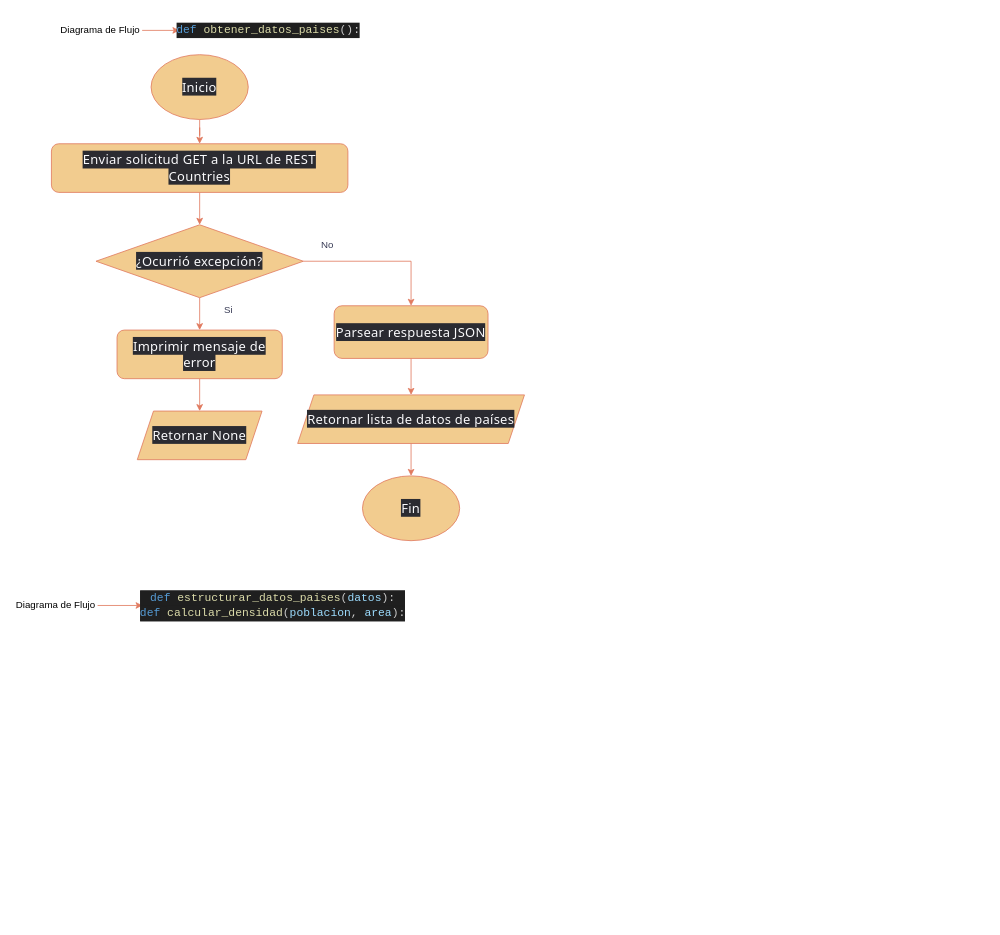
Before: Diagrama.drawio in uanlCDMR-gif/PIA_G2, a draw.io diagram. Source tidied: cells renumbered, new cells numbered last; positions are measured from the earlier drawing's top-left corner, leaving out a move shared by most shapes. Both pictures are drawn from the tidied source at 81%, with x=0, y=0 at pixel (14, 14).
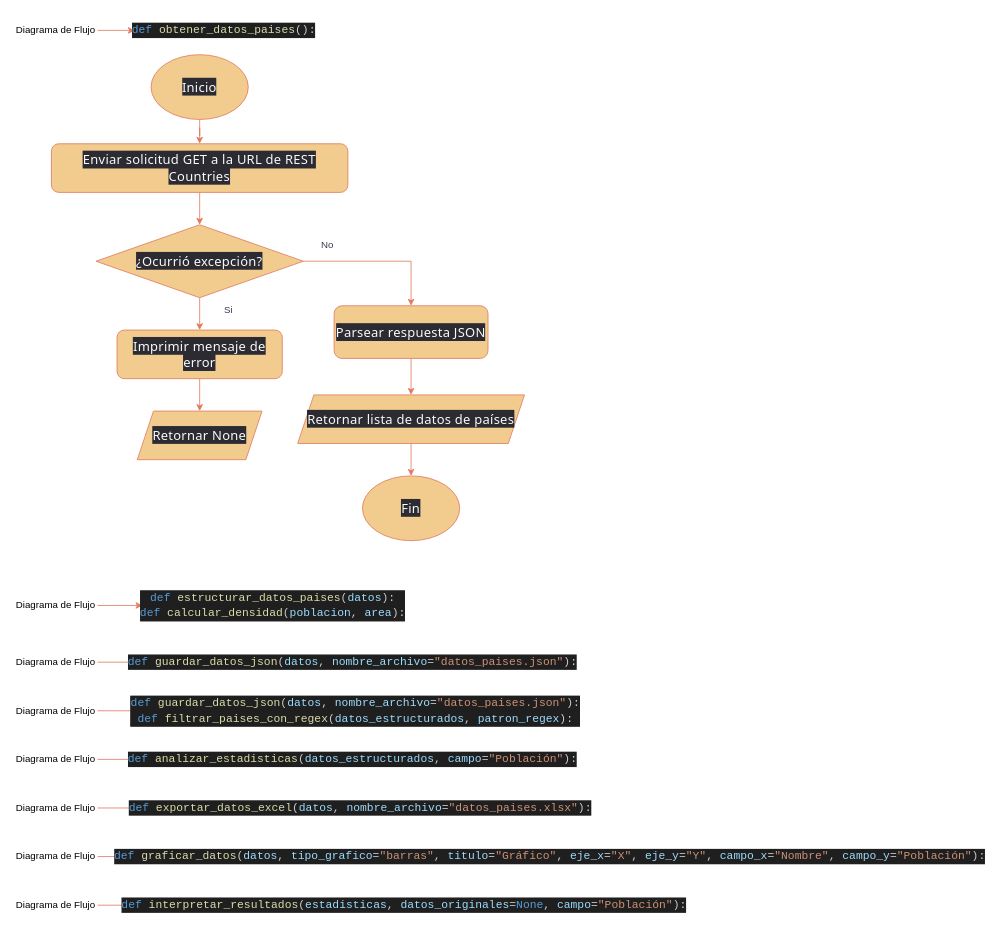
After the change.

The edit, as a diff of the source:
```diff
@@
     <mxCell id="20" value="&lt;font style=&quot;color: light-dark(rgb(0, 0, 0), rgb(205, 162, 190));&quot;&gt;Diagrama de Flujo&lt;/font&gt;" style="text;html=1;align=center;verticalAlign=middle;whiteSpace=wrap;rounded=0;fontColor=#393C56;" parent="1" vertex="1">
-      <mxGeometry x="55" y="5" width="103" height="30" as="geometry" />
+      <mxGeometry y="5" width="103" height="30" as="geometry" />
     </mxCell>
     <mxCell id="21" value="&lt;div style=&quot;color: rgb(204, 204, 204); background-color: rgb(31, 31, 31); font-family: Consolas, &amp;quot;Courier New&amp;quot;, monospace; font-size: 14px; line-height: 19px; white-space: pre;&quot;&gt;&lt;span style=&quot;color: #569cd6;&quot;&gt;def&lt;/span&gt; &lt;span style=&quot;color: #dcdcaa;&quot;&gt;obtener_datos_paises&lt;/span&gt;():&lt;/div&gt;" style="text;html=1;align=center;verticalAlign=middle;whiteSpace=wrap;rounded=0;fontColor=#393C56;" parent="1" vertex="1">
-      <mxGeometry x="204" width="220" height="40" as="geometry" />
+      <mxGeometry x="149" width="220" height="40" as="geometry" />
     </mxCell>
@@
+    <mxCell id="25" style="edgeStyle=orthogonalEdgeStyle;rounded=0;jettySize=auto;html=1;strokeColor=#E07A5F;fontColor=#393C56;fillColor=#F2CC8F;" parent="1" edge="1" source="26" target="27">
+      <mxGeometry relative="1" as="geometry" />
+    </mxCell>
+    <mxCell id="26" value="&lt;font style=&quot;color: light-dark(rgb(0, 0, 0), rgb(205, 162, 190));&quot;&gt;Diagrama de Flujo&lt;/font&gt;" style="text;html=1;align=center;verticalAlign=middle;whiteSpace=wrap;rounded=0;fontColor=#393C56;" parent="1" vertex="1">
+      <mxGeometry y="785" width="103" height="30" as="geometry" />
+    </mxCell>
+    <mxCell id="27" value="&lt;div style=&quot;color: rgb(204, 204, 204); background-color: rgb(31, 31, 31); font-family: Consolas, &amp;quot;Courier New&amp;quot;, monospace; font-size: 14px; line-height: 19px; white-space: pre;&quot;&gt;&lt;div style=&quot;color: rgb(204, 204, 204); background-color: rgb(31, 31, 31); line-height: 19px;&quot;&gt;&lt;div style=&quot;color: rgb(204, 204, 204); background-color: rgb(31, 31, 31); line-height: 19px;&quot;&gt;&lt;span style=&quot;color: #569cd6;&quot;&gt;def&lt;/span&gt; &lt;span style=&quot;color: #dcdcaa;&quot;&gt;guardar_datos_json&lt;/span&gt;(&lt;span style=&quot;color: #9cdcfe;&quot;&gt;datos&lt;/span&gt;, &lt;span style=&quot;color: #9cdcfe;&quot;&gt;nombre_archivo&lt;/span&gt;&lt;span style=&quot;color: #d4d4d4;&quot;&gt;=&lt;/span&gt;&lt;span style=&quot;color: #ce9178;&quot;&gt;&quot;datos_paises.json&quot;&lt;/span&gt;):&lt;/div&gt;&lt;/div&gt;&lt;/div&gt;" style="text;html=1;align=center;verticalAlign=middle;whiteSpace=wrap;rounded=0;fontColor=#393C56;" parent="1" vertex="1">
+      <mxGeometry x="158.5" y="780" width="517.5" height="40" as="geometry" />
+    </mxCell>
+    <mxCell id="28" style="edgeStyle=orthogonalEdgeStyle;rounded=0;jettySize=auto;html=1;strokeColor=#E07A5F;fontColor=#393C56;fillColor=#F2CC8F;" parent="1" edge="1" source="29" target="30">
+      <mxGeometry relative="1" as="geometry" />
+    </mxCell>
+    <mxCell id="29" value="&lt;font style=&quot;color: light-dark(rgb(0, 0, 0), rgb(205, 162, 190));&quot;&gt;Diagrama de Flujo&lt;/font&gt;" style="text;html=1;align=center;verticalAlign=middle;whiteSpace=wrap;rounded=0;fontColor=#393C56;" parent="1" vertex="1">
+      <mxGeometry y="845" width="103" height="30" as="geometry" />
+    </mxCell>
+    <mxCell id="30" value="&lt;div style=&quot;color: rgb(204, 204, 204); background-color: rgb(31, 31, 31); font-family: Consolas, &amp;quot;Courier New&amp;quot;, monospace; font-size: 14px; line-height: 19px; white-space: pre;&quot;&gt;&lt;div style=&quot;color: rgb(204, 204, 204); background-color: rgb(31, 31, 31); line-height: 19px;&quot;&gt;&lt;div style=&quot;color: rgb(204, 204, 204); background-color: rgb(31, 31, 31); line-height: 19px;&quot;&gt;&lt;span style=&quot;color: rgb(86, 156, 214);&quot;&gt;def&lt;/span&gt; &lt;span style=&quot;color: rgb(220, 220, 170);&quot;&gt;guardar_datos_json&lt;/span&gt;(&lt;span style=&quot;color: rgb(156, 220, 254);&quot;&gt;datos&lt;/span&gt;, &lt;span style=&quot;color: rgb(156, 220, 254);&quot;&gt;nombre_archivo&lt;/span&gt;&lt;span style=&quot;color: rgb(212, 212, 212);&quot;&gt;=&lt;/span&gt;&lt;span style=&quot;color: rgb(206, 145, 120);&quot;&gt;&quot;datos_paises.json&quot;&lt;/span&gt;):&lt;/div&gt;&lt;div style=&quot;color: rgb(204, 204, 204); background-color: rgb(31, 31, 31); line-height: 19px;&quot;&gt;&lt;span style=&quot;color: rgb(86, 156, 214);&quot;&gt;def&lt;/span&gt;&lt;span style=&quot;background-color: light-dark(rgb(31, 31, 31), rgb(210, 210, 210)); color: light-dark(rgb(204, 204, 204), rgb(62, 62, 62));&quot;&gt; &lt;/span&gt;&lt;span style=&quot;color: rgb(220, 220, 170);&quot;&gt;filtrar_paises_con_regex&lt;/span&gt;&lt;span style=&quot;background-color: light-dark(rgb(31, 31, 31), rgb(210, 210, 210)); color: light-dark(rgb(204, 204, 204), rgb(62, 62, 62));&quot;&gt;(&lt;/span&gt;&lt;span style=&quot;color: rgb(156, 220, 254);&quot;&gt;datos_estructurados&lt;/span&gt;&lt;span style=&quot;background-color: light-dark(rgb(31, 31, 31), rgb(210, 210, 210)); color: light-dark(rgb(204, 204, 204), rgb(62, 62, 62));&quot;&gt;, &lt;/span&gt;&lt;span style=&quot;color: rgb(156, 220, 254);&quot;&gt;patron_regex&lt;/span&gt;&lt;span style=&quot;background-color: light-dark(rgb(31, 31, 31), rgb(210, 210, 210)); color: light-dark(rgb(204, 204, 204), rgb(62, 62, 62));&quot;&gt;):&lt;/span&gt;&lt;/div&gt;&lt;/div&gt;&lt;/div&gt;" style="text;html=1;align=center;verticalAlign=middle;whiteSpace=wrap;rounded=0;fontColor=#393C56;" parent="1" vertex="1">
+      <mxGeometry x="158" y="835" width="527" height="50" as="geometry" />
+    </mxCell>
+    <mxCell id="31" style="edgeStyle=orthogonalEdgeStyle;rounded=0;jettySize=auto;html=1;strokeColor=#E07A5F;fontColor=#393C56;fillColor=#F2CC8F;" parent="1" edge="1" source="32" target="33">
+      <mxGeometry relative="1" as="geometry" />
+    </mxCell>
+    <mxCell id="32" value="&lt;font style=&quot;color: light-dark(rgb(0, 0, 0), rgb(205, 162, 190));&quot;&gt;Diagrama de Flujo&lt;/font&gt;" style="text;html=1;align=center;verticalAlign=middle;whiteSpace=wrap;rounded=0;fontColor=#393C56;" parent="1" vertex="1">
+      <mxGeometry y="905" width="103" height="30" as="geometry" />
+    </mxCell>
+    <mxCell id="33" value="&lt;div style=&quot;color: rgb(204, 204, 204); background-color: rgb(31, 31, 31); font-family: Consolas, &amp;quot;Courier New&amp;quot;, monospace; font-size: 14px; line-height: 19px; white-space: pre;&quot;&gt;&lt;div style=&quot;color: rgb(204, 204, 204); background-color: rgb(31, 31, 31); line-height: 19px;&quot;&gt;&lt;div style=&quot;color: rgb(204, 204, 204); background-color: rgb(31, 31, 31); line-height: 19px;&quot;&gt;&lt;div style=&quot;color: rgb(204, 204, 204); background-color: rgb(31, 31, 31); line-height: 19px;&quot;&gt;&lt;span style=&quot;color: #569cd6;&quot;&gt;def&lt;/span&gt; &lt;span style=&quot;color: #dcdcaa;&quot;&gt;analizar_estadisticas&lt;/span&gt;(&lt;span style=&quot;color: #9cdcfe;&quot;&gt;datos_estructurados&lt;/span&gt;, &lt;span style=&quot;color: #9cdcfe;&quot;&gt;campo&lt;/span&gt;&lt;span style=&quot;color: #d4d4d4;&quot;&gt;=&lt;/span&gt;&lt;span style=&quot;color: #ce9178;&quot;&gt;&quot;Población&quot;&lt;/span&gt;):&lt;/div&gt;&lt;/div&gt;&lt;/div&gt;&lt;/div&gt;" style="text;html=1;align=center;verticalAlign=middle;whiteSpace=wrap;rounded=0;fontColor=#393C56;" parent="1" vertex="1">
+      <mxGeometry x="158.5" y="900" width="517.5" height="40" as="geometry" />
+    </mxCell>
+    <mxCell id="34" style="edgeStyle=orthogonalEdgeStyle;rounded=0;jettySize=auto;html=1;strokeColor=#E07A5F;fontColor=#393C56;fillColor=#F2CC8F;" parent="1" edge="1" source="35" target="36">
+      <mxGeometry relative="1" as="geometry" />
+    </mxCell>
+    <mxCell id="35" value="&lt;font style=&quot;color: light-dark(rgb(0, 0, 0), rgb(205, 162, 190));&quot;&gt;Diagrama de Flujo&lt;/font&gt;" style="text;html=1;align=center;verticalAlign=middle;whiteSpace=wrap;rounded=0;fontColor=#393C56;" parent="1" vertex="1">
+      <mxGeometry y="965" width="103" height="30" as="geometry" />
+    </mxCell>
+    <mxCell id="36" value="&lt;div style=&quot;color: rgb(204, 204, 204); background-color: rgb(31, 31, 31); font-family: Consolas, &amp;quot;Courier New&amp;quot;, monospace; font-size: 14px; line-height: 19px; white-space: pre;&quot;&gt;&lt;div style=&quot;color: rgb(204, 204, 204); background-color: rgb(31, 31, 31); line-height: 19px;&quot;&gt;&lt;div style=&quot;color: rgb(204, 204, 204); background-color: rgb(31, 31, 31); line-height: 19px;&quot;&gt;&lt;div style=&quot;color: rgb(204, 204, 204); background-color: rgb(31, 31, 31); line-height: 19px;&quot;&gt;&lt;span style=&quot;color: #569cd6;&quot;&gt;def&lt;/span&gt; &lt;span style=&quot;color: #dcdcaa;&quot;&gt;exportar_datos_excel&lt;/span&gt;(&lt;span style=&quot;color: #9cdcfe;&quot;&gt;datos&lt;/span&gt;, &lt;span style=&quot;color: #9cdcfe;&quot;&gt;nombre_archivo&lt;/span&gt;&lt;span style=&quot;color: #d4d4d4;&quot;&gt;=&lt;/span&gt;&lt;span style=&quot;color: #ce9178;&quot;&gt;&quot;datos_paises.xlsx&quot;&lt;/span&gt;):&lt;/div&gt;&lt;/div&gt;&lt;/div&gt;&lt;/div&gt;" style="text;html=1;align=center;verticalAlign=middle;whiteSpace=wrap;rounded=0;fontColor=#393C56;" parent="1" vertex="1">
+      <mxGeometry x="158.5" y="960" width="537" height="40" as="geometry" />
+    </mxCell>
+    <mxCell id="37" style="edgeStyle=orthogonalEdgeStyle;rounded=0;jettySize=auto;html=1;strokeColor=#E07A5F;fontColor=#393C56;fillColor=#F2CC8F;" parent="1" edge="1" source="38" target="39">
+      <mxGeometry relative="1" as="geometry" />
+    </mxCell>
+    <mxCell id="38" value="&lt;font style=&quot;color: light-dark(rgb(0, 0, 0), rgb(205, 162, 190));&quot;&gt;Diagrama de Flujo&lt;/font&gt;" style="text;html=1;align=center;verticalAlign=middle;whiteSpace=wrap;rounded=0;fontColor=#393C56;" parent="1" vertex="1">
+      <mxGeometry y="1025" width="103" height="30" as="geometry" />
+    </mxCell>
+    <mxCell id="39" value="&lt;div style=&quot;color: rgb(204, 204, 204); background-color: rgb(31, 31, 31); font-family: Consolas, &amp;quot;Courier New&amp;quot;, monospace; font-size: 14px; line-height: 19px; white-space: pre;&quot;&gt;&lt;div style=&quot;color: rgb(204, 204, 204); background-color: rgb(31, 31, 31); line-height: 19px;&quot;&gt;&lt;div style=&quot;color: rgb(204, 204, 204); background-color: rgb(31, 31, 31); line-height: 19px;&quot;&gt;&lt;div style=&quot;color: rgb(204, 204, 204); background-color: rgb(31, 31, 31); line-height: 19px;&quot;&gt;&lt;span style=&quot;color: #569cd6;&quot;&gt;def&lt;/span&gt; &lt;span style=&quot;color: #dcdcaa;&quot;&gt;graficar_datos&lt;/span&gt;(&lt;span style=&quot;color: #9cdcfe;&quot;&gt;datos&lt;/span&gt;, &lt;span style=&quot;color: #9cdcfe;&quot;&gt;tipo_grafico&lt;/span&gt;&lt;span style=&quot;color: #d4d4d4;&quot;&gt;=&lt;/span&gt;&lt;span style=&quot;color: #ce9178;&quot;&gt;&quot;barras&quot;&lt;/span&gt;, &lt;span style=&quot;color: #9cdcfe;&quot;&gt;titulo&lt;/span&gt;&lt;span style=&quot;color: #d4d4d4;&quot;&gt;=&lt;/span&gt;&lt;span style=&quot;color: #ce9178;&quot;&gt;&quot;Gráfico&quot;&lt;/span&gt;, &lt;span style=&quot;color: #9cdcfe;&quot;&gt;eje_x&lt;/span&gt;&lt;span style=&quot;color: #d4d4d4;&quot;&gt;=&lt;/span&gt;&lt;span style=&quot;color: #ce9178;&quot;&gt;&quot;X&quot;&lt;/span&gt;, &lt;span style=&quot;color: #9cdcfe;&quot;&gt;eje_y&lt;/span&gt;&lt;span style=&quot;color: #d4d4d4;&quot;&gt;=&lt;/span&gt;&lt;span style=&quot;color: #ce9178;&quot;&gt;&quot;Y&quot;&lt;/span&gt;, &lt;span style=&quot;color: #9cdcfe;&quot;&gt;campo_x&lt;/span&gt;&lt;span style=&quot;color: #d4d4d4;&quot;&gt;=&lt;/span&gt;&lt;span style=&quot;color: #ce9178;&quot;&gt;&quot;Nombre&quot;&lt;/span&gt;, &lt;span style=&quot;color: #9cdcfe;&quot;&gt;campo_y&lt;/span&gt;&lt;span style=&quot;color: #d4d4d4;&quot;&gt;=&lt;/span&gt;&lt;span style=&quot;color: #ce9178;&quot;&gt;&quot;Población&quot;&lt;/span&gt;):&lt;/div&gt;&lt;/div&gt;&lt;/div&gt;&lt;/div&gt;" style="text;html=1;align=center;verticalAlign=middle;whiteSpace=wrap;rounded=0;fontColor=#393C56;" parent="1" vertex="1">
+      <mxGeometry x="158" y="1020" width="1007" height="40" as="geometry" />
+    </mxCell>
+    <mxCell id="40" style="edgeStyle=orthogonalEdgeStyle;rounded=0;jettySize=auto;html=1;strokeColor=#E07A5F;fontColor=#393C56;fillColor=#F2CC8F;" parent="1" edge="1" source="41" target="42">
+      <mxGeometry relative="1" as="geometry" />
+    </mxCell>
+    <mxCell id="41" value="&lt;font style=&quot;color: light-dark(rgb(0, 0, 0), rgb(205, 162, 190));&quot;&gt;Diagrama de Flujo&lt;/font&gt;" style="text;html=1;align=center;verticalAlign=middle;whiteSpace=wrap;rounded=0;fontColor=#393C56;" parent="1" vertex="1">
+      <mxGeometry y="1085" width="103" height="30" as="geometry" />
+    </mxCell>
+    <mxCell id="42" value="&lt;div style=&quot;color: rgb(204, 204, 204); background-color: rgb(31, 31, 31); font-family: Consolas, &amp;quot;Courier New&amp;quot;, monospace; font-size: 14px; line-height: 19px; white-space: pre;&quot;&gt;&lt;div style=&quot;color: rgb(204, 204, 204); background-color: rgb(31, 31, 31); line-height: 19px;&quot;&gt;&lt;div style=&quot;color: rgb(204, 204, 204); background-color: rgb(31, 31, 31); line-height: 19px;&quot;&gt;&lt;div style=&quot;color: rgb(204, 204, 204); background-color: rgb(31, 31, 31); line-height: 19px;&quot;&gt;&lt;span style=&quot;color: #569cd6;&quot;&gt;def&lt;/span&gt; &lt;span style=&quot;color: #dcdcaa;&quot;&gt;interpretar_resultados&lt;/span&gt;(&lt;span style=&quot;color: #9cdcfe;&quot;&gt;estadisticas&lt;/span&gt;, &lt;span style=&quot;color: #9cdcfe;&quot;&gt;datos_originales&lt;/span&gt;&lt;span style=&quot;color: #d4d4d4;&quot;&gt;=&lt;/span&gt;&lt;span style=&quot;color: #569cd6;&quot;&gt;None&lt;/span&gt;, &lt;span style=&quot;color: #9cdcfe;&quot;&gt;campo&lt;/span&gt;&lt;span style=&quot;color: #d4d4d4;&quot;&gt;=&lt;/span&gt;&lt;span style=&quot;color: #ce9178;&quot;&gt;&quot;Población&quot;&lt;/span&gt;):&lt;/div&gt;&lt;/div&gt;&lt;/div&gt;&lt;/div&gt;" style="text;html=1;align=center;verticalAlign=middle;whiteSpace=wrap;rounded=0;fontColor=#393C56;" parent="1" vertex="1">
+      <mxGeometry x="158" y="1080" width="647" height="40" as="geometry" />
+    </mxCell>
```
